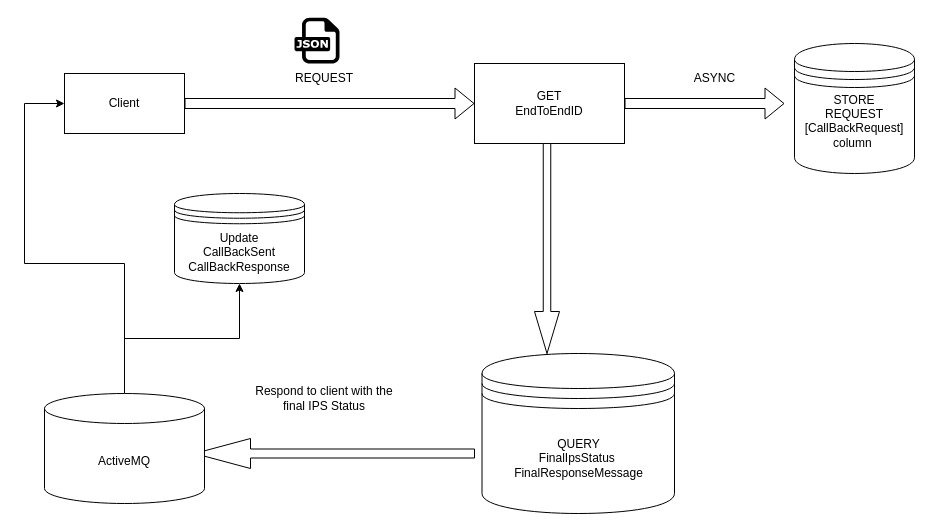
This is page "Page-2" (2 of 2) of Untitled Diagram.drawio from evankahenya/portfolio, a draw.io file, before an edit. Source tidied: cells renumbered, new cells numbered last; positions are measured from the earlier drawing's top-left corner, leaving out a move shared by most shapes. Both pictures are drawn from the tidied source at 100%, with x=0, y=0 at pixel (44, 17).
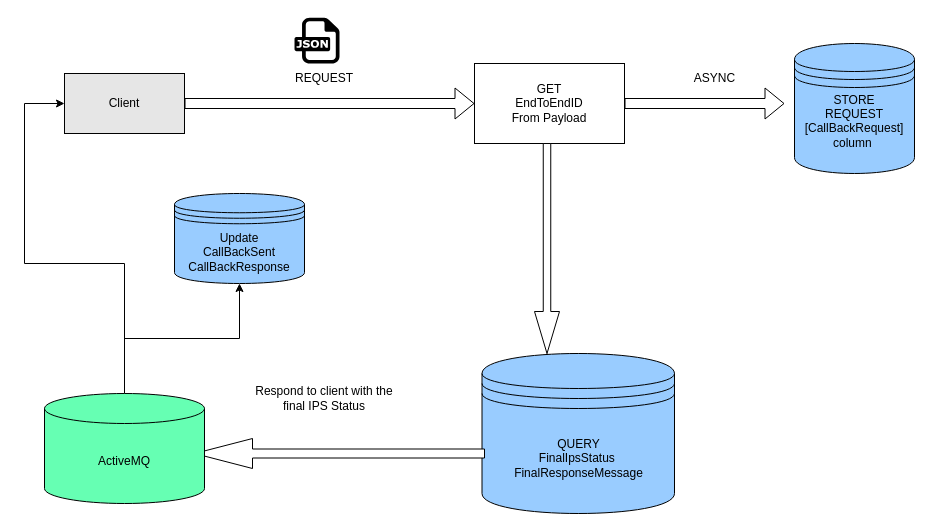
After the change.

The edit, as a diff of the source:
```diff
@@
 <mxGraphModel>
   <root>
     <mxCell id="0" />
     <mxCell id="1" parent="0" />
     <mxCell id="2" style="shape=flexArrow;endArrow=classic;html=1;rounded=0;entryX=0;entryY=0.5;entryDx=0;entryDy=0;exitX=1;exitY=0.5;exitDx=0;exitDy=0;" parent="1" edge="1" source="12" target="6">
       <mxGeometry relative="1" as="geometry" />
     </mxCell>
     <mxCell id="3" value="REQUEST" style="text;html=1;align=center;verticalAlign=middle;whiteSpace=wrap;rounded=0;" parent="1" vertex="1">
       <mxGeometry x="235" y="56" width="90" height="10" as="geometry" />
     </mxCell>
     <mxCell id="4" style="dashed=0;html=1;align=center;labelPosition=center;verticalLabelPosition=bottom;verticalAlign=top;shape=mxgraph.weblogos.json;" parent="1" vertex="1">
       <mxGeometry x="250" y="0.2" width="45" height="45.8" as="geometry" />
     </mxCell>
-    <mxCell id="5" value="STORE&lt;div&gt;REQUEST&lt;/div&gt;&lt;div&gt;[CallBackRequest]&lt;/div&gt;&lt;div&gt;column&amp;nbsp;&lt;/div&gt;&lt;div&gt;&lt;br&gt;&lt;/div&gt;" style="shape=datastore;whiteSpace=wrap;html=1;" parent="1" vertex="1">
+    <mxCell id="5" value="STORE&lt;div&gt;REQUEST&lt;/div&gt;&lt;div&gt;[CallBackRequest]&lt;/div&gt;&lt;div&gt;column&amp;nbsp;&lt;/div&gt;&lt;div&gt;&lt;br&gt;&lt;/div&gt;" style="shape=datastore;whiteSpace=wrap;html=1;fillColor=light-dark(#99CCFF,var(--ge-dark-color, #121212));" parent="1" vertex="1">
       <mxGeometry x="750" y="26" width="120" height="130" as="geometry" />
     </mxCell>
-    <mxCell id="6" value="GET&lt;div&gt;EndToEndID&lt;/div&gt;" style="rounded=0;whiteSpace=wrap;html=1;" parent="1" vertex="1">
+    <mxCell id="6" value="GET&lt;div&gt;EndToEndID&lt;/div&gt;&lt;div&gt;From Payload&lt;/div&gt;" style="rounded=0;whiteSpace=wrap;html=1;" parent="1" vertex="1">
       <mxGeometry x="430" y="46" width="150" height="80" as="geometry" />
     </mxCell>
     <mxCell id="7" style="shape=flexArrow;endArrow=classic;html=1;rounded=0;exitX=1;exitY=0.5;exitDx=0;exitDy=0;" parent="1" edge="1" source="6">
       <mxGeometry relative="1" as="geometry">
         <mxPoint x="740" y="86" as="targetPoint" />
       </mxGeometry>
     </mxCell>
     <mxCell id="8" value="ASYNC" style="text;html=1;align=center;verticalAlign=middle;strokeColor=none;fillColor=none;" parent="1" vertex="1">
       <mxGeometry x="640" y="46" width="60" height="30" as="geometry" />
     </mxCell>
     <mxCell id="9" style="edgeStyle=orthogonalEdgeStyle;rounded=0;jettySize=auto;html=1;" parent="1" edge="1" source="10" target="11">
       <mxGeometry relative="1" as="geometry" />
     </mxCell>
     <mxCell id="10" style="shape=singleArrow;direction=south;whiteSpace=wrap;html=1;" parent="1" vertex="1">
       <mxGeometry x="490" y="126" width="25" height="210" as="geometry" />
     </mxCell>
-    <mxCell id="11" value="QUERY&lt;div&gt;FinalIpsStatus&amp;nbsp;&lt;/div&gt;&lt;div&gt;FinalResponseMessage&lt;/div&gt;" style="shape=datastore;whiteSpace=wrap;html=1;" parent="1" vertex="1">
+    <mxCell id="11" value="QUERY&lt;div&gt;FinalIpsStatus&amp;nbsp;&lt;/div&gt;&lt;div&gt;FinalResponseMessage&lt;/div&gt;" style="shape=datastore;whiteSpace=wrap;html=1;fillColor=light-dark(#99CCFF,var(--ge-dark-color, #121212));" parent="1" vertex="1">
       <mxGeometry x="437.5" y="336" width="192.5" height="160" as="geometry" />
     </mxCell>
-    <mxCell id="12" value="Client" style="rounded=0;whiteSpace=wrap;html=1;" parent="1" vertex="1">
+    <mxCell id="12" value="Client" style="rounded=0;whiteSpace=wrap;html=1;fillColor=light-dark(#E6E6E6,var(--ge-dark-color, #121212));" parent="1" vertex="1">
       <mxGeometry x="20" y="56" width="120" height="60" as="geometry" />
     </mxCell>
     <mxCell id="13" style="shape=singleArrow;direction=west;whiteSpace=wrap;html=1;" parent="1" vertex="1">
-      <mxGeometry x="150" y="421" width="280" height="30" as="geometry" />
+      <mxGeometry x="150" y="421" width="290" height="30" as="geometry" />
     </mxCell>
     <mxCell id="14" value="Respond to client with the final IPS Status" style="text;html=1;align=center;verticalAlign=middle;whiteSpace=wrap;rounded=0;" parent="1" vertex="1">
       <mxGeometry x="210" y="366" width="140" height="30" as="geometry" />
     </mxCell>
     <mxCell id="15" style="edgeStyle=orthogonalEdgeStyle;rounded=0;jettySize=auto;html=1;entryX=0.5;entryY=1;entryDx=0;entryDy=0;" parent="1" edge="1" source="17" target="18">
       <mxGeometry relative="1" as="geometry" />
     </mxCell>
     <mxCell id="16" style="edgeStyle=orthogonalEdgeStyle;rounded=0;jettySize=auto;html=1;entryX=0;entryY=0.5;entryDx=0;entryDy=0;" parent="1" edge="1" source="17" target="12">
       <mxGeometry relative="1" as="geometry" />
     </mxCell>
-    <mxCell id="17" value="ActiveMQ" style="shape=cylinder3;whiteSpace=wrap;html=1;boundedLbl=1;backgroundOutline=1;size=15;" parent="1" vertex="1">
+    <mxCell id="17" value="ActiveMQ" style="shape=cylinder3;whiteSpace=wrap;html=1;boundedLbl=1;backgroundOutline=1;size=15;fillColor=light-dark(#66FFB3,var(--ge-dark-color, #121212));" parent="1" vertex="1">
       <mxGeometry y="376" width="160" height="110" as="geometry" />
     </mxCell>
-    <mxCell id="18" value="Update&lt;div&gt;CallBackSent&lt;/div&gt;&lt;div&gt;CallBackResponse&lt;/div&gt;" style="shape=datastore;whiteSpace=wrap;html=1;" parent="1" vertex="1">
+    <mxCell id="18" value="Update&lt;div&gt;CallBackSent&lt;/div&gt;&lt;div&gt;CallBackResponse&lt;/div&gt;" style="shape=datastore;whiteSpace=wrap;html=1;fillColor=light-dark(#99CCFF,var(--ge-dark-color, #121212));" parent="1" vertex="1">
       <mxGeometry x="130" y="176" width="130" height="90" as="geometry" />
     </mxCell>
   </root>
 </mxGraphModel>
```
